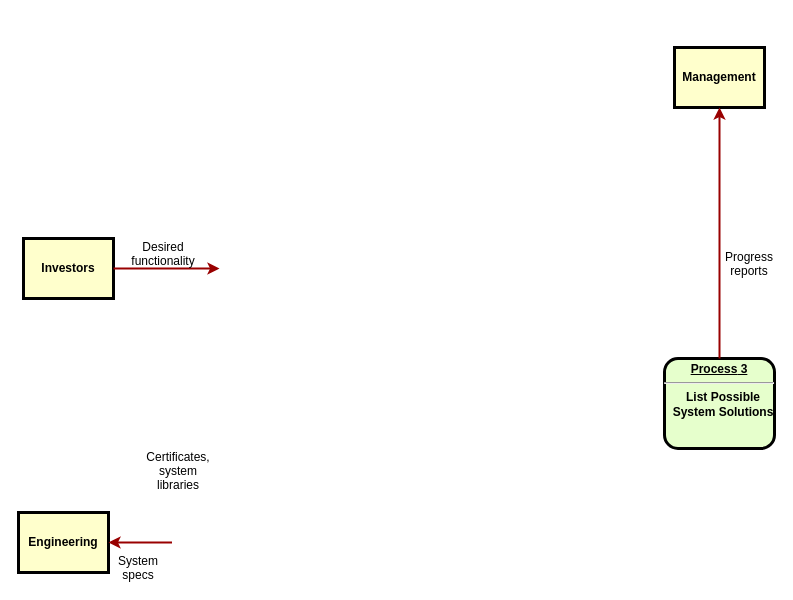
This is Algritmo de recomendação.drawio from RosianeSangali/RosianeSangali, a draw.io file, before an edit. Source tidied: cells renumbered, new cells numbered last; positions are measured from the earlier drawing's top-left corner, leaving out a move shared by most shapes. Both pictures are drawn from the tidied source at 100%, with x=0, y=0 at pixel (18, 47).
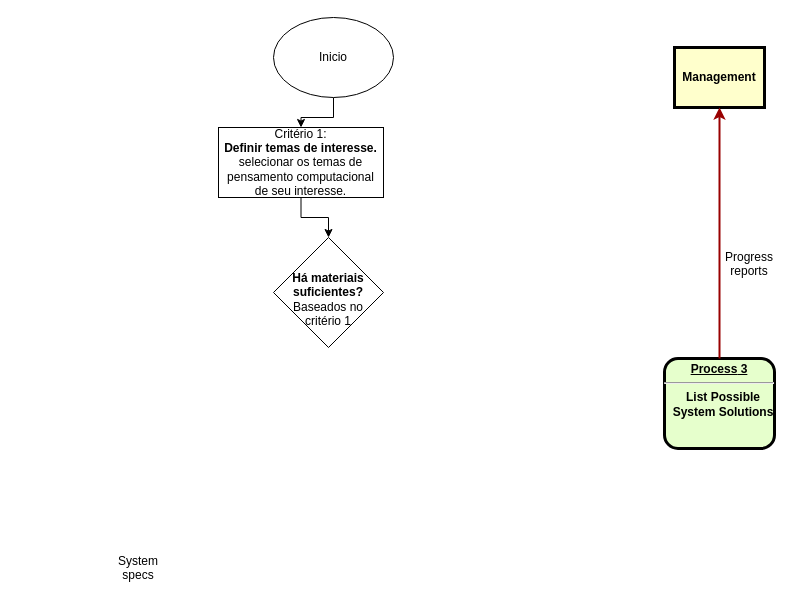
Above is the later version.

Change to the diagram source:
```diff
@@
 <mxGraphModel>
   <root>
     <mxCell id="0" />
     <mxCell id="1" parent="0" />
-    <mxCell id="2" value="Investors" style="whiteSpace=wrap;align=center;verticalAlign=middle;fontStyle=1;strokeWidth=3;fillColor=#FFFFCC;" parent="1" vertex="1">
-      <mxGeometry x="5" y="191" width="90" height="60" as="geometry" />
-    </mxCell>
     <mxCell id="3" value="&lt;p style=&quot;margin: 0px; margin-top: 4px; text-align: center; text-decoration: underline;&quot;&gt;&lt;strong&gt;&lt;strong&gt;Process&lt;/strong&gt; 3&lt;br /&gt;&lt;/strong&gt;&lt;/p&gt;&lt;hr /&gt;&lt;p style=&quot;margin: 0px; margin-left: 8px;&quot;&gt;List Possible&lt;/p&gt;&lt;p style=&quot;margin: 0px; margin-left: 8px;&quot;&gt;System Solutions&lt;/p&gt;" style="verticalAlign=middle;align=center;overflow=fill;fontSize=12;fontFamily=Helvetica;html=1;rounded=1;fontStyle=1;strokeWidth=3;fillColor=#E6FFCC;" parent="1" vertex="1">
       <mxGeometry x="646" y="311" width="110" height="90" as="geometry" />
     </mxCell>
     <mxCell id="4" value="Management" style="whiteSpace=wrap;align=center;verticalAlign=middle;fontStyle=1;strokeWidth=3;fillColor=#FFFFCC;" parent="1" vertex="1">
       <mxGeometry x="656" width="90" height="60" as="geometry" />
     </mxCell>
-    <mxCell id="5" value="Engineering" style="whiteSpace=wrap;align=center;verticalAlign=middle;fontStyle=1;strokeWidth=3;fillColor=#FFFFCC;" parent="1" vertex="1">
-      <mxGeometry y="465" width="90" height="60" as="geometry" />
-    </mxCell>
-    <mxCell id="6" style="edgeStyle=none;noEdgeStyle=1;strokeColor=#990000;strokeWidth=2;" parent="1" edge="1" source="2">
-      <mxGeometry relative="1" as="geometry">
-        <mxPoint x="201" y="221" as="targetPoint" />
-      </mxGeometry>
-    </mxCell>
-    <mxCell id="7" value="Desired &#10;functionality" style="text;spacingTop=-5;align=center;" parent="1" vertex="1">
-      <mxGeometry x="130" y="191" width="30" height="20" as="geometry" />
-    </mxCell>
     <mxCell id="8" value="Progress&#10;reports" style="text;spacingTop=-5;align=center;" parent="1" vertex="1">
       <mxGeometry x="716" y="201" width="30" height="20" as="geometry" />
     </mxCell>
     <mxCell id="9" style="edgeStyle=elbowEdgeStyle;elbow=horizontal;strokeColor=#990000;strokeWidth=2;" parent="1" edge="1" source="3" target="4">
       <mxGeometry relative="1" as="geometry" />
     </mxCell>
-    <mxCell id="10" style="edgeStyle=elbowEdgeStyle;elbow=vertical;strokeColor=#990000;strokeWidth=2;" parent="1" edge="1" target="5">
-      <mxGeometry relative="1" as="geometry">
-        <mxPoint x="153.5" y="495" as="sourcePoint" />
-      </mxGeometry>
-    </mxCell>
-    <mxCell id="11" value="Certificates,&#10;system&#10;libraries" style="text;spacingTop=-5;align=center;" parent="1" vertex="1">
-      <mxGeometry x="145" y="401" width="30" height="20" as="geometry" />
-    </mxCell>
     <mxCell id="12" value="System&#10;specs" style="text;spacingTop=-5;align=center;" parent="1" vertex="1">
       <mxGeometry x="105" y="505" width="30" height="20" as="geometry" />
     </mxCell>
+    <mxCell id="13" style="edgeStyle=orthogonalEdgeStyle;rounded=0;jettySize=auto;html=1;" parent="1" edge="1" source="14" target="16">
+      <mxGeometry relative="1" as="geometry" />
+    </mxCell>
+    <mxCell id="14" value="Inicio" style="ellipse;whiteSpace=wrap;html=1;" parent="1" vertex="1">
+      <mxGeometry x="255" y="-30" width="120" height="80" as="geometry" />
+    </mxCell>
+    <mxCell id="15" style="edgeStyle=orthogonalEdgeStyle;rounded=0;jettySize=auto;html=1;" parent="1" edge="1" source="16" target="17">
+      <mxGeometry relative="1" as="geometry" />
+    </mxCell>
+    <mxCell id="16" value="&lt;div style=&quot;&quot;&gt;&lt;div&gt;&lt;span style=&quot;background-color: initial;&quot;&gt;Critério 1:&lt;/span&gt;&lt;/div&gt;&lt;div&gt;&lt;strong&gt;Definir temas de interesse.&lt;/strong&gt;&lt;/div&gt;&lt;div&gt;selecionar os temas de pensamento computacional de seu interesse.&lt;/div&gt;&lt;/div&gt;" style="rounded=0;whiteSpace=wrap;html=1;align=center;" parent="1" vertex="1">
+      <mxGeometry x="200" y="80" width="165" height="70" as="geometry" />
+    </mxCell>
+    <mxCell id="17" value="&lt;br&gt;&lt;b&gt;Há materiais suficientes?&lt;/b&gt;&lt;br&gt;Baseados no critério 1" style="rhombus;whiteSpace=wrap;html=1;" parent="1" vertex="1">
+      <mxGeometry x="255" y="190" width="110" height="110" as="geometry" />
+    </mxCell>
   </root>
 </mxGraphModel>
```
